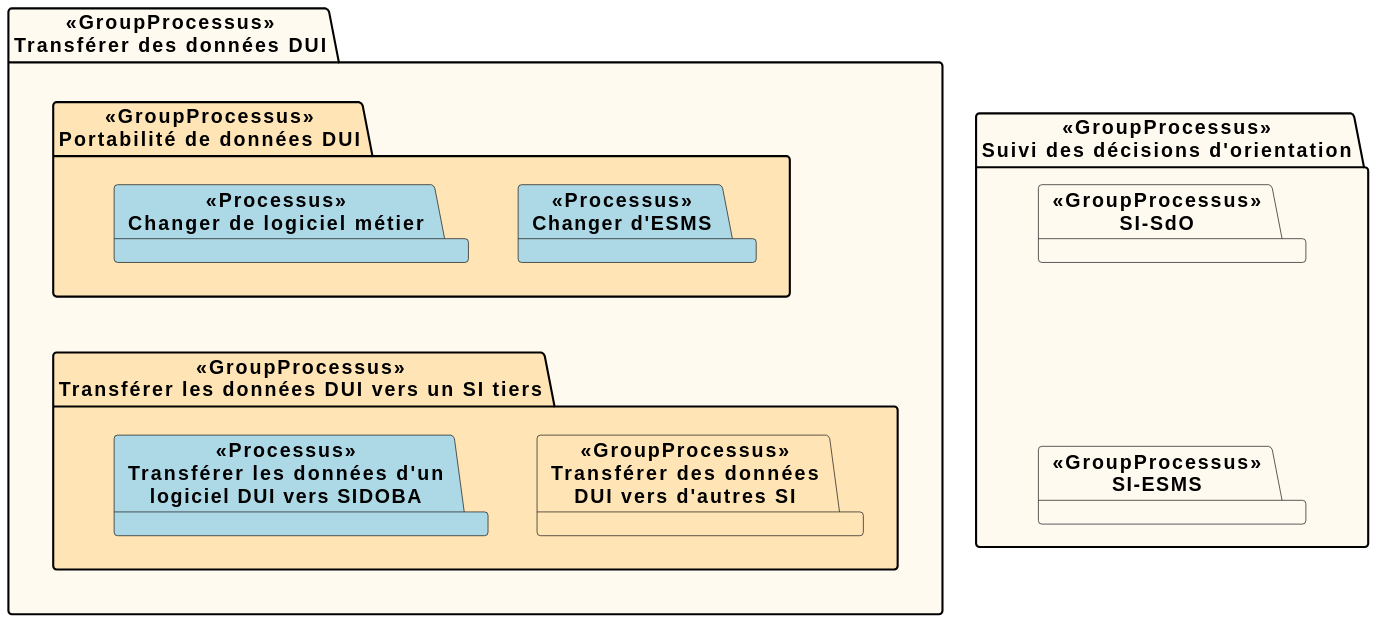
Earlier version of the PlantUML export ig/specifications_techniques/contexte_metier.svg (ansforge/IG-fhir-medicosocial-transfert-donnees-dui).
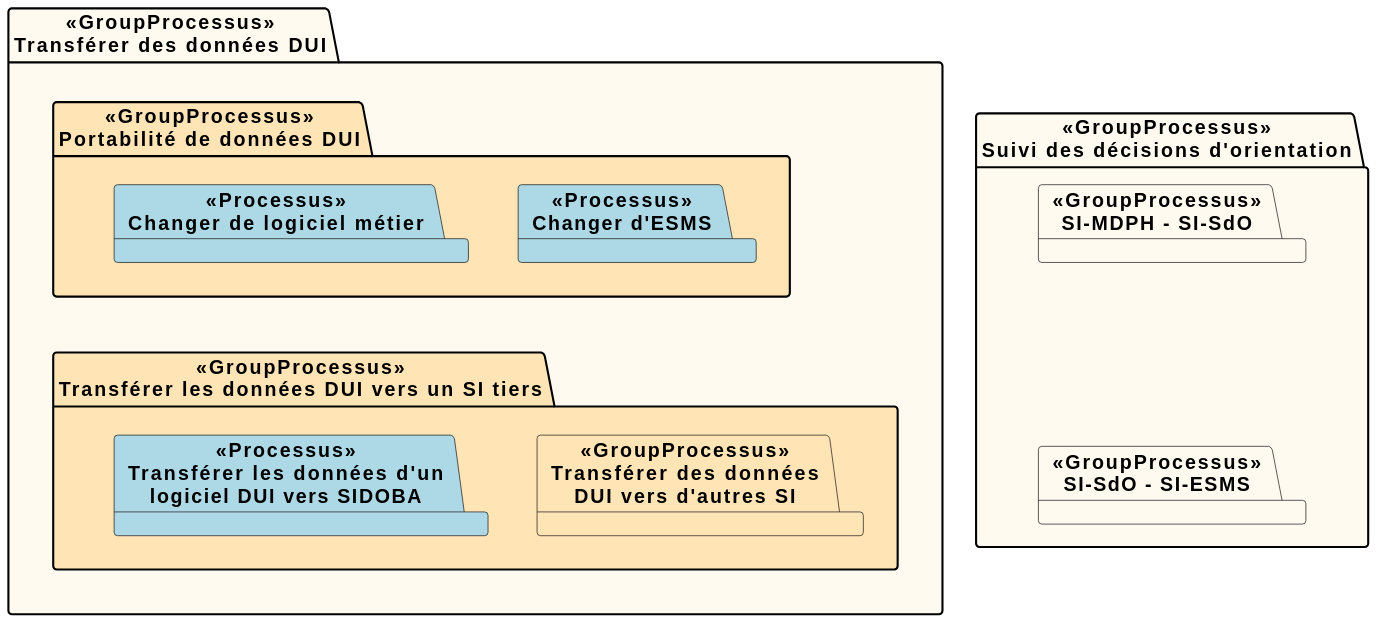
The same file after the commit.

Change to the diagram source:
```diff
@@ -11,10 +11,10 @@
 }
 
 package "<<GroupProcessus>>\nSuivi des décisions d'orientation" #FloralWhite {
-    package "<<GroupProcessus>>\nSI-ESMS" #FloralWhite
-    package "<<GroupProcessus>>\nSI-SdO" #FloralWhite
+    package "<<GroupProcessus>>\nSI-SdO - SI-ESMS" #FloralWhite
+    package "<<GroupProcessus>>\nSI-MDPH - SI-SdO" #FloralWhite
 }
 
 portabilite -[hidden]- transfertSI
-[<<GroupProcessus>>\nSI-SdO] -[hidden]- [<<GroupProcessus>>\nSI-ESMS]
+[<<GroupProcessus>>\nSI-MDPH - SI-SdO] -[hidden]- [<<GroupProcessus>>\nSI-SdO - SI-ESMS]
 @enduml
```
